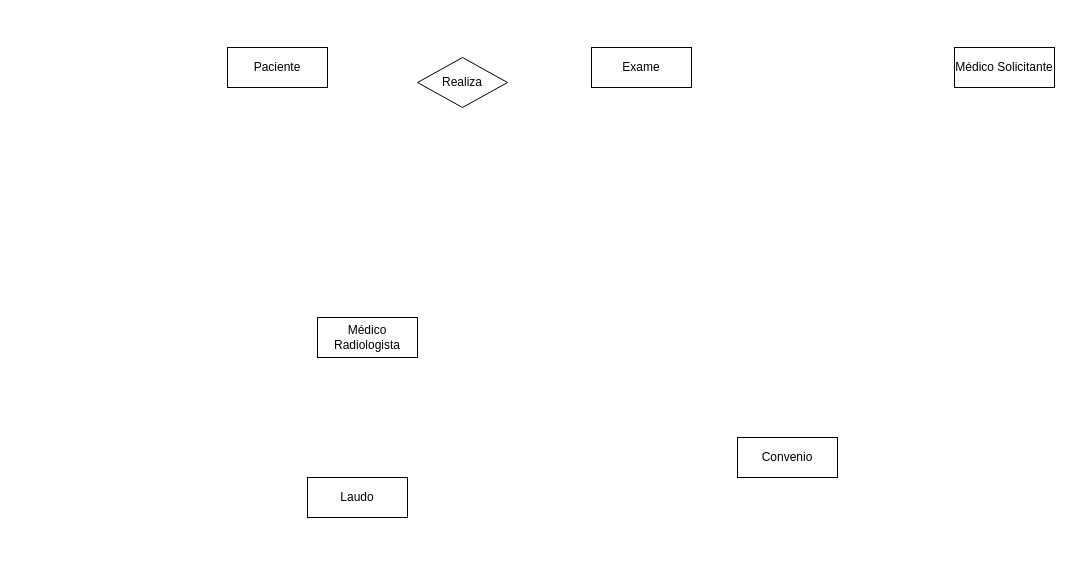
Neno300/Banco-de-Dados keeps this draw.io diagram as Ex2.drawio. Above is the earlier version. Source tidied: cells renumbered, new cells numbered last; positions are measured from the earlier drawing's top-left corner, leaving out a move shared by most shapes. Both pictures are drawn from the tidied source at 100%, with x=0, y=0 at pixel (227, 47).
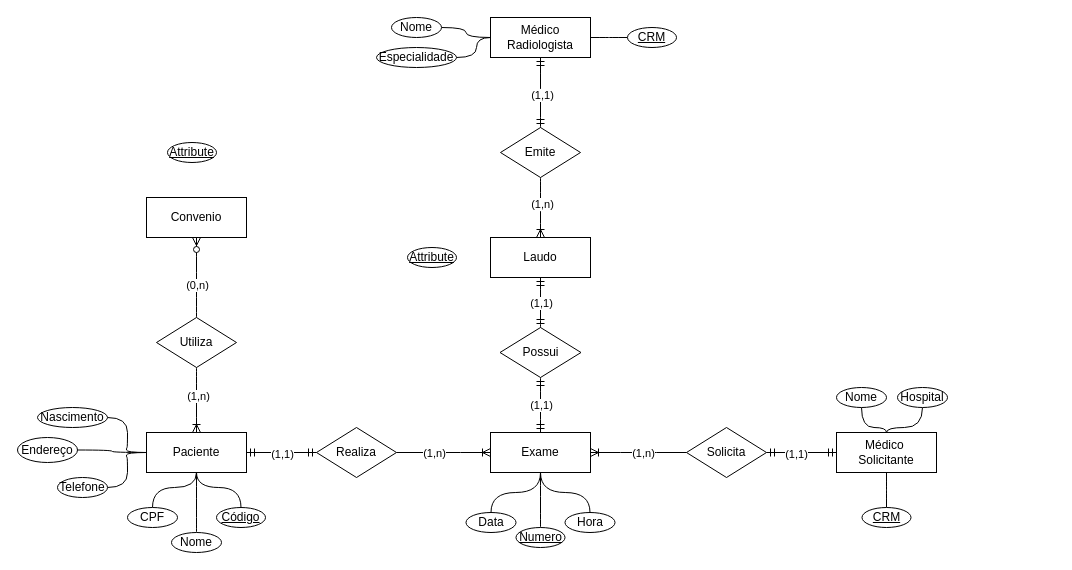
After the change.

What changed in the source:
```diff
@@
     <mxCell id="2" value="Paciente" style="whiteSpace=wrap;html=1;align=center;" parent="1" vertex="1">
-      <mxGeometry width="100" height="40" as="geometry" />
+      <mxGeometry x="-81" y="385" width="100" height="40" as="geometry" />
     </mxCell>
-    <mxCell id="3" value="Médico Solicitante" style="whiteSpace=wrap;html=1;align=center;" parent="1" vertex="1">
-      <mxGeometry x="727" width="100" height="40" as="geometry" />
+    <mxCell id="3" value="Médico&amp;nbsp;&lt;div&gt;Solicitante&lt;/div&gt;" style="whiteSpace=wrap;html=1;align=center;" parent="1" vertex="1">
+      <mxGeometry x="609" y="385" width="100" height="40" as="geometry" />
     </mxCell>
     <mxCell id="4" value="Médico Radiologista" style="whiteSpace=wrap;html=1;align=center;" parent="1" vertex="1">
-      <mxGeometry x="90" y="270" width="100" height="40" as="geometry" />
+      <mxGeometry x="263" y="-30" width="100" height="40" as="geometry" />
     </mxCell>
     <mxCell id="5" value="Exame" style="whiteSpace=wrap;html=1;align=center;" parent="1" vertex="1">
-      <mxGeometry x="364" width="100" height="40" as="geometry" />
+      <mxGeometry x="263" y="385" width="100" height="40" as="geometry" />
     </mxCell>
     <mxCell id="6" value="Convenio" style="whiteSpace=wrap;html=1;align=center;" parent="1" vertex="1">
-      <mxGeometry x="510" y="390" width="100" height="40" as="geometry" />
+      <mxGeometry x="-81" y="150" width="100" height="40" as="geometry" />
     </mxCell>
     <mxCell id="7" value="Laudo" style="whiteSpace=wrap;html=1;align=center;" parent="1" vertex="1">
-      <mxGeometry x="80" y="430" width="100" height="40" as="geometry" />
+      <mxGeometry x="263" y="190" width="100" height="40" as="geometry" />
     </mxCell>
     <mxCell id="8" value="Realiza" style="shape=rhombus;perimeter=rhombusPerimeter;whiteSpace=wrap;html=1;align=center;" parent="1" vertex="1">
-      <mxGeometry x="190" y="10" width="90" height="50" as="geometry" />
+      <mxGeometry x="89" y="380" width="80" height="50" as="geometry" />
     </mxCell>
+    <mxCell id="9" style="edgeStyle=entityRelationEdgeStyle;fontSize=12;html=1;endArrow=ERoneToMany;rounded=0;entryX=0;entryY=0.5;entryDx=0;entryDy=0;exitX=1;exitY=0.5;exitDx=0;exitDy=0;" parent="1" edge="1" source="8" target="5">
+      <mxGeometry relative="1" as="geometry" />
+    </mxCell>
+    <mxCell id="10" value="(1,n)" style="edgeLabel;html=1;align=center;verticalAlign=middle;" parent="9" vertex="1">
+      <mxGeometry x="-0.22" y="-3" relative="1" as="geometry">
+        <mxPoint y="-3" as="offset" />
+      </mxGeometry>
+    </mxCell>
+    <mxCell id="11" style="edgeStyle=entityRelationEdgeStyle;fontSize=12;html=1;endArrow=ERmandOne;startArrow=ERmandOne;rounded=0;entryX=0;entryY=0.5;entryDx=0;entryDy=0;exitX=1;exitY=0.5;exitDx=0;exitDy=0;" parent="1" edge="1" source="2" target="8">
+      <mxGeometry relative="1" as="geometry" />
+    </mxCell>
+    <mxCell id="12" value="(1,1)" style="edgeLabel;html=1;align=center;verticalAlign=middle;" parent="11" vertex="1">
+      <mxGeometry x="0.01" y="-1" relative="1" as="geometry" />
+    </mxCell>
+    <mxCell id="13" value="Solicita" style="shape=rhombus;perimeter=rhombusPerimeter;whiteSpace=wrap;html=1;align=center;" parent="1" vertex="1">
+      <mxGeometry x="459" y="380" width="80" height="50" as="geometry" />
+    </mxCell>
+    <mxCell id="14" style="edgeStyle=entityRelationEdgeStyle;fontSize=12;html=1;endArrow=ERoneToMany;rounded=0;entryX=1;entryY=0.5;entryDx=0;entryDy=0;exitX=0;exitY=0.5;exitDx=0;exitDy=0;" parent="1" edge="1" source="13" target="5">
+      <mxGeometry relative="1" as="geometry" />
+    </mxCell>
+    <mxCell id="15" value="(1,n)" style="edgeLabel;html=1;align=center;verticalAlign=middle;" parent="14" vertex="1">
+      <mxGeometry x="-0.08" relative="1" as="geometry" />
+    </mxCell>
+    <mxCell id="16" style="edgeStyle=entityRelationEdgeStyle;fontSize=12;html=1;endArrow=ERmandOne;startArrow=ERmandOne;rounded=0;entryX=0;entryY=0.5;entryDx=0;entryDy=0;exitX=1;exitY=0.5;exitDx=0;exitDy=0;" parent="1" edge="1" source="13" target="3">
+      <mxGeometry relative="1" as="geometry" />
+    </mxCell>
+    <mxCell id="17" value="(1,1)" style="edgeLabel;html=1;align=center;verticalAlign=middle;" parent="16" vertex="1">
+      <mxGeometry x="-0.18" y="-1" relative="1" as="geometry" />
+    </mxCell>
+    <mxCell id="18" value="Possui" style="shape=rhombus;perimeter=rhombusPerimeter;whiteSpace=wrap;html=1;align=center;" parent="1" vertex="1">
+      <mxGeometry x="272.5" y="280" width="81" height="50" as="geometry" />
+    </mxCell>
+    <mxCell id="19" style="edgeStyle=orthogonalEdgeStyle;fontSize=12;html=1;endArrow=ERmandOne;startArrow=ERmandOne;rounded=0;entryX=0.5;entryY=1;entryDx=0;entryDy=0;exitX=0.5;exitY=0;exitDx=0;exitDy=0;curved=1;" parent="1" edge="1" source="18" target="7">
+      <mxGeometry relative="1" as="geometry" />
+    </mxCell>
+    <mxCell id="20" value="(1,1)" style="edgeLabel;html=1;align=center;verticalAlign=middle;" parent="19" vertex="1">
+      <mxGeometry x="0.14" relative="1" as="geometry">
+        <mxPoint y="4" as="offset" />
+      </mxGeometry>
+    </mxCell>
+    <mxCell id="21" style="edgeStyle=orthogonalEdgeStyle;fontSize=12;html=1;endArrow=ERmandOne;startArrow=ERmandOne;rounded=0;entryX=0.5;entryY=0;entryDx=0;entryDy=0;exitX=0.5;exitY=1;exitDx=0;exitDy=0;curved=1;" parent="1" edge="1" source="18" target="5">
+      <mxGeometry relative="1" as="geometry" />
+    </mxCell>
+    <mxCell id="22" value="(1,1)" style="edgeLabel;html=1;align=center;verticalAlign=middle;" parent="21" vertex="1">
+      <mxGeometry x="-0.02" y="3" relative="1" as="geometry">
+        <mxPoint x="-3" as="offset" />
+      </mxGeometry>
+    </mxCell>
+    <mxCell id="23" value="Emite" style="shape=rhombus;perimeter=rhombusPerimeter;whiteSpace=wrap;html=1;align=center;" parent="1" vertex="1">
+      <mxGeometry x="273" y="80" width="80" height="50" as="geometry" />
+    </mxCell>
+    <mxCell id="24" style="edgeStyle=orthogonalEdgeStyle;fontSize=12;html=1;endArrow=ERmandOne;startArrow=ERmandOne;rounded=0;curved=1;entryX=0.5;entryY=1;entryDx=0;entryDy=0;exitX=0.5;exitY=0;exitDx=0;exitDy=0;" parent="1" edge="1" source="23" target="4">
+      <mxGeometry relative="1" as="geometry" />
+    </mxCell>
+    <mxCell id="25" value="(1,1)" style="edgeLabel;html=1;align=center;verticalAlign=middle;" parent="24" vertex="1">
+      <mxGeometry x="-0.07" y="-1" relative="1" as="geometry" />
+    </mxCell>
+    <mxCell id="26" style="edgeStyle=orthogonalEdgeStyle;fontSize=12;html=1;endArrow=ERoneToMany;rounded=0;curved=1;entryX=0.5;entryY=0;entryDx=0;entryDy=0;exitX=0.5;exitY=1;exitDx=0;exitDy=0;" parent="1" edge="1" source="23" target="7">
+      <mxGeometry relative="1" as="geometry" />
+    </mxCell>
+    <mxCell id="27" value="(1,n)" style="edgeLabel;html=1;align=center;verticalAlign=middle;" parent="26" vertex="1">
+      <mxGeometry x="-0.13" y="1" relative="1" as="geometry" />
+    </mxCell>
+    <mxCell id="28" value="Utiliza" style="shape=rhombus;perimeter=rhombusPerimeter;whiteSpace=wrap;html=1;align=center;" parent="1" vertex="1">
+      <mxGeometry x="-71" y="270" width="80" height="50" as="geometry" />
+    </mxCell>
+    <mxCell id="29" style="edgeStyle=orthogonalEdgeStyle;fontSize=12;html=1;endArrow=ERoneToMany;rounded=0;entryX=0.5;entryY=0;entryDx=0;entryDy=0;exitX=0.5;exitY=1;exitDx=0;exitDy=0;curved=1;" parent="1" edge="1" source="28" target="2">
+      <mxGeometry relative="1" as="geometry" />
+    </mxCell>
+    <mxCell id="30" value="(1,n)" style="edgeLabel;html=1;align=center;verticalAlign=middle;" parent="29" vertex="1">
+      <mxGeometry x="-0.13" y="1" relative="1" as="geometry" />
+    </mxCell>
+    <mxCell id="31" style="edgeStyle=orthogonalEdgeStyle;fontSize=12;html=1;endArrow=ERzeroToMany;endFill=1;rounded=0;entryX=0.5;entryY=1;entryDx=0;entryDy=0;exitX=0.5;exitY=0;exitDx=0;exitDy=0;curved=1;" parent="1" edge="1" source="28" target="6">
+      <mxGeometry relative="1" as="geometry" />
+    </mxCell>
+    <mxCell id="32" value="(0,n)" style="edgeLabel;html=1;align=center;verticalAlign=middle;" parent="31" vertex="1">
+      <mxGeometry x="-0.18" relative="1" as="geometry" />
+    </mxCell>
+    <mxCell id="33" style="edgeStyle=orthogonalEdgeStyle;shape=connector;rounded=0;jettySize=auto;html=1;entryX=0.5;entryY=1;entryDx=0;entryDy=0;strokeColor=default;align=center;verticalAlign=middle;fontFamily=Helvetica;fontSize=11;fontColor=default;labelBackgroundColor=default;endArrow=none;endFill=0;curved=1;" parent="1" edge="1" source="34" target="2">
+      <mxGeometry relative="1" as="geometry" />
+    </mxCell>
+    <mxCell id="34" value="Código" style="ellipse;whiteSpace=wrap;html=1;align=center;fontStyle=4;" parent="1" vertex="1">
+      <mxGeometry x="-11" y="460" width="49" height="20" as="geometry" />
+    </mxCell>
+    <mxCell id="35" value="Attribute" style="ellipse;whiteSpace=wrap;html=1;align=center;fontStyle=4;" parent="1" vertex="1">
+      <mxGeometry x="-60" y="95" width="49" height="20" as="geometry" />
+    </mxCell>
+    <mxCell id="36" style="edgeStyle=orthogonalEdgeStyle;shape=connector;curved=1;rounded=0;jettySize=auto;html=1;entryX=1;entryY=0.5;entryDx=0;entryDy=0;strokeColor=default;align=center;verticalAlign=middle;fontFamily=Helvetica;fontSize=11;fontColor=default;labelBackgroundColor=default;endArrow=none;endFill=0;" parent="1" edge="1" source="37" target="4">
+      <mxGeometry relative="1" as="geometry" />
+    </mxCell>
+    <mxCell id="37" value="CRM" style="ellipse;whiteSpace=wrap;html=1;align=center;fontStyle=4;" parent="1" vertex="1">
+      <mxGeometry x="400" y="-20" width="49" height="20" as="geometry" />
+    </mxCell>
+    <mxCell id="38" value="Attribute" style="ellipse;whiteSpace=wrap;html=1;align=center;fontStyle=4;" parent="1" vertex="1">
+      <mxGeometry x="180" y="200" width="49" height="20" as="geometry" />
+    </mxCell>
+    <mxCell id="39" style="edgeStyle=orthogonalEdgeStyle;shape=connector;curved=1;rounded=0;jettySize=auto;html=1;entryX=0.5;entryY=1;entryDx=0;entryDy=0;strokeColor=default;align=center;verticalAlign=middle;fontFamily=Helvetica;fontSize=11;fontColor=default;labelBackgroundColor=default;endArrow=none;endFill=0;" parent="1" edge="1" source="40" target="5">
+      <mxGeometry relative="1" as="geometry" />
+    </mxCell>
+    <mxCell id="40" value="Numero" style="ellipse;whiteSpace=wrap;html=1;align=center;fontStyle=4;" parent="1" vertex="1">
+      <mxGeometry x="288.5" y="480" width="49" height="20" as="geometry" />
+    </mxCell>
+    <mxCell id="41" style="edgeStyle=orthogonalEdgeStyle;shape=connector;curved=1;rounded=0;jettySize=auto;html=1;entryX=0.5;entryY=1;entryDx=0;entryDy=0;strokeColor=default;align=center;verticalAlign=middle;fontFamily=Helvetica;fontSize=11;fontColor=default;labelBackgroundColor=default;endArrow=none;endFill=0;" parent="1" edge="1" source="42" target="3">
+      <mxGeometry relative="1" as="geometry" />
+    </mxCell>
+    <mxCell id="42" value="CRM" style="ellipse;whiteSpace=wrap;html=1;align=center;fontStyle=4;" parent="1" vertex="1">
+      <mxGeometry x="634.5" y="460" width="49" height="20" as="geometry" />
+    </mxCell>
+    <mxCell id="43" style="edgeStyle=orthogonalEdgeStyle;shape=connector;curved=1;rounded=0;jettySize=auto;html=1;entryX=0;entryY=0.5;entryDx=0;entryDy=0;strokeColor=default;align=center;verticalAlign=middle;fontFamily=Helvetica;fontSize=11;fontColor=default;labelBackgroundColor=default;endArrow=none;endFill=0;" parent="1" edge="1" source="44" target="2">
+      <mxGeometry relative="1" as="geometry" />
+    </mxCell>
+    <mxCell id="44" value="Nascimento" style="ellipse;whiteSpace=wrap;html=1;align=center;" parent="1" vertex="1">
+      <mxGeometry x="-190" y="360" width="70" height="20" as="geometry" />
+    </mxCell>
+    <mxCell id="45" style="edgeStyle=orthogonalEdgeStyle;shape=connector;curved=1;rounded=0;jettySize=auto;html=1;entryX=0;entryY=0.5;entryDx=0;entryDy=0;strokeColor=default;align=center;verticalAlign=middle;fontFamily=Helvetica;fontSize=11;fontColor=default;labelBackgroundColor=default;endArrow=none;endFill=0;" parent="1" edge="1" source="46" target="2">
+      <mxGeometry relative="1" as="geometry" />
+    </mxCell>
+    <mxCell id="46" value="Telefone" style="ellipse;whiteSpace=wrap;html=1;align=center;" parent="1" vertex="1">
+      <mxGeometry x="-170" y="430" width="50" height="20" as="geometry" />
+    </mxCell>
+    <mxCell id="47" style="edgeStyle=orthogonalEdgeStyle;shape=connector;rounded=0;jettySize=auto;html=1;strokeColor=default;align=center;verticalAlign=middle;fontFamily=Helvetica;fontSize=11;fontColor=default;labelBackgroundColor=default;endArrow=none;endFill=0;curved=1;" parent="1" edge="1" source="48" target="2">
+      <mxGeometry relative="1" as="geometry" />
+    </mxCell>
+    <mxCell id="48" value="CPF" style="ellipse;whiteSpace=wrap;html=1;align=center;" parent="1" vertex="1">
+      <mxGeometry x="-100" y="460" width="50" height="20" as="geometry" />
+    </mxCell>
+    <mxCell id="49" style="edgeStyle=orthogonalEdgeStyle;shape=connector;curved=1;rounded=0;jettySize=auto;html=1;entryX=0.5;entryY=1;entryDx=0;entryDy=0;strokeColor=default;align=center;verticalAlign=middle;fontFamily=Helvetica;fontSize=11;fontColor=default;labelBackgroundColor=default;endArrow=none;endFill=0;" parent="1" edge="1" source="50" target="2">
+      <mxGeometry relative="1" as="geometry" />
+    </mxCell>
+    <mxCell id="50" value="Nome" style="ellipse;whiteSpace=wrap;html=1;align=center;" parent="1" vertex="1">
+      <mxGeometry x="-56" y="485" width="50" height="20" as="geometry" />
+    </mxCell>
+    <mxCell id="51" style="edgeStyle=orthogonalEdgeStyle;shape=connector;curved=1;rounded=0;jettySize=auto;html=1;entryX=0;entryY=0.5;entryDx=0;entryDy=0;strokeColor=default;align=center;verticalAlign=middle;fontFamily=Helvetica;fontSize=11;fontColor=default;labelBackgroundColor=default;endArrow=none;endFill=0;" parent="1" edge="1" source="52" target="2">
+      <mxGeometry relative="1" as="geometry" />
+    </mxCell>
+    <mxCell id="52" value="Endereço" style="ellipse;whiteSpace=wrap;html=1;align=center;" parent="1" vertex="1">
+      <mxGeometry x="-210" y="390" width="60" height="25" as="geometry" />
+    </mxCell>
+    <mxCell id="53" style="edgeStyle=orthogonalEdgeStyle;shape=connector;curved=1;rounded=0;jettySize=auto;html=1;entryX=0.5;entryY=0;entryDx=0;entryDy=0;strokeColor=default;align=center;verticalAlign=middle;fontFamily=Helvetica;fontSize=11;fontColor=default;labelBackgroundColor=default;endArrow=none;endFill=0;" parent="1" edge="1" source="54" target="3">
+      <mxGeometry relative="1" as="geometry" />
+    </mxCell>
+    <mxCell id="54" value="Nome" style="ellipse;whiteSpace=wrap;html=1;align=center;" parent="1" vertex="1">
+      <mxGeometry x="609" y="340" width="50" height="20" as="geometry" />
+    </mxCell>
+    <mxCell id="55" style="edgeStyle=orthogonalEdgeStyle;shape=connector;curved=1;rounded=0;jettySize=auto;html=1;entryX=0.5;entryY=0;entryDx=0;entryDy=0;strokeColor=default;align=center;verticalAlign=middle;fontFamily=Helvetica;fontSize=11;fontColor=default;labelBackgroundColor=default;endArrow=none;endFill=0;" parent="1" edge="1" source="56" target="3">
+      <mxGeometry relative="1" as="geometry" />
+    </mxCell>
+    <mxCell id="56" value="Hospital" style="ellipse;whiteSpace=wrap;html=1;align=center;" parent="1" vertex="1">
+      <mxGeometry x="670" y="340" width="50" height="20" as="geometry" />
+    </mxCell>
+    <mxCell id="57" style="edgeStyle=orthogonalEdgeStyle;shape=connector;curved=1;rounded=0;jettySize=auto;html=1;entryX=0;entryY=0.5;entryDx=0;entryDy=0;strokeColor=default;align=center;verticalAlign=middle;fontFamily=Helvetica;fontSize=11;fontColor=default;labelBackgroundColor=default;endArrow=none;endFill=0;" parent="1" edge="1" source="58" target="4">
+      <mxGeometry relative="1" as="geometry" />
+    </mxCell>
+    <mxCell id="58" value="Especialidade" style="ellipse;whiteSpace=wrap;html=1;align=center;" parent="1" vertex="1">
+      <mxGeometry x="149" width="80" height="20" as="geometry" />
+    </mxCell>
+    <mxCell id="59" style="edgeStyle=orthogonalEdgeStyle;shape=connector;curved=1;rounded=0;jettySize=auto;html=1;entryX=0;entryY=0.5;entryDx=0;entryDy=0;strokeColor=default;align=center;verticalAlign=middle;fontFamily=Helvetica;fontSize=11;fontColor=default;labelBackgroundColor=default;endArrow=none;endFill=0;" parent="1" edge="1" source="60" target="4">
+      <mxGeometry relative="1" as="geometry" />
+    </mxCell>
+    <mxCell id="60" value="Nome" style="ellipse;whiteSpace=wrap;html=1;align=center;" parent="1" vertex="1">
+      <mxGeometry x="164" y="-30" width="50" height="20" as="geometry" />
+    </mxCell>
+    <mxCell id="61" style="edgeStyle=orthogonalEdgeStyle;shape=connector;curved=1;rounded=0;jettySize=auto;html=1;strokeColor=default;align=center;verticalAlign=middle;fontFamily=Helvetica;fontSize=11;fontColor=default;labelBackgroundColor=default;endArrow=none;endFill=0;" parent="1" edge="1" source="62" target="5">
+      <mxGeometry relative="1" as="geometry" />
+    </mxCell>
+    <mxCell id="62" value="Hora" style="ellipse;whiteSpace=wrap;html=1;align=center;" parent="1" vertex="1">
+      <mxGeometry x="337.5" y="465" width="50" height="20" as="geometry" />
+    </mxCell>
+    <mxCell id="63" style="edgeStyle=orthogonalEdgeStyle;shape=connector;curved=1;rounded=0;jettySize=auto;html=1;entryX=0.5;entryY=1;entryDx=0;entryDy=0;strokeColor=default;align=center;verticalAlign=middle;fontFamily=Helvetica;fontSize=11;fontColor=default;labelBackgroundColor=default;endArrow=none;endFill=0;" parent="1" edge="1" source="64" target="5">
+      <mxGeometry relative="1" as="geometry" />
+    </mxCell>
+    <mxCell id="64" value="Data" style="ellipse;whiteSpace=wrap;html=1;align=center;" parent="1" vertex="1">
+      <mxGeometry x="238.5" y="465" width="50" height="20" as="geometry" />
+    </mxCell>
```
